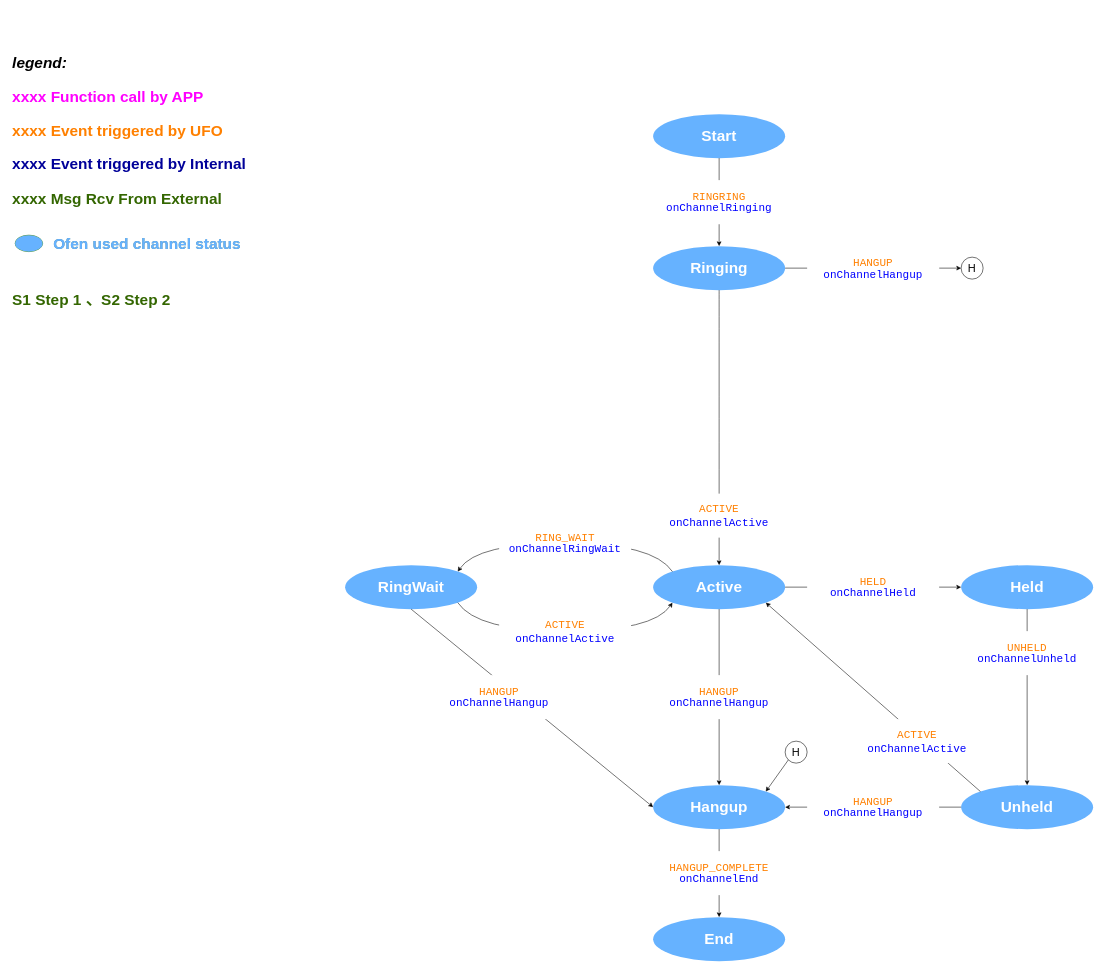
Earlier version of the draw.io diagram RCS APP/通道呼叫状态迁移图.drawio (uyuy2043/yy). Source tidied: cells renumbered, new cells numbered last; positions are measured from the earlier drawing's top-left corner, leaving out a move shared by most shapes. Both pictures are drawn from the tidied source at 55%, with x=0, y=0 at pixel (9, 15).
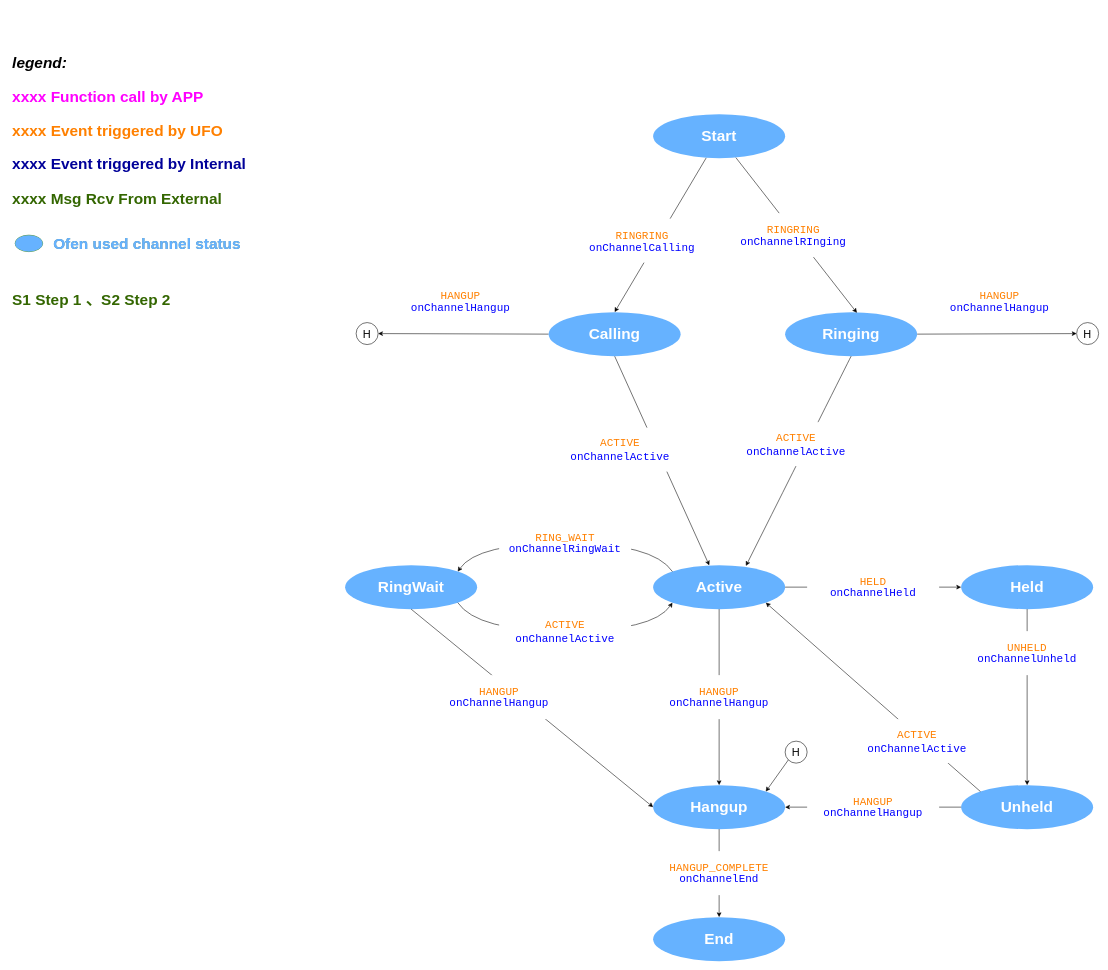
The same page after the edit.

Commit message (it also covers changes not shown here):
更新通道呼叫状态迁移图.drawio

Unchanged cells that the change refers to:
```xml
<mxCell id="5" value="&lt;font style=&quot;font-size: 28px&quot;&gt;Active&lt;/font&gt;" style="ellipse;whiteSpace=wrap;html=1;rounded=1;labelBackgroundColor=none;fontSize=20;fillColor=#66B2FF;gradientColor=none;fontColor=#FFFFFF;fontStyle=1;strokeColor=none;" parent="1" vertex="1">
  <mxGeometry x="1170" y="1000" width="240" height="80" as="geometry" />
</mxCell>
<mxCell id="9" value="&lt;font style=&quot;font-size: 28px&quot;&gt;Start&lt;/font&gt;" style="ellipse;whiteSpace=wrap;html=1;rounded=1;labelBackgroundColor=none;fontSize=20;fillColor=#66B2FF;gradientColor=none;fontColor=#FFFFFF;fontStyle=1;strokeColor=none;" parent="1" vertex="1">
  <mxGeometry x="1170" y="180" width="240" height="80" as="geometry" />
</mxCell>
```

What changed in the source:
```diff
@@
+    <mxCell id="44" style="edgeStyle=none;rounded=0;jettySize=auto;html=1;fontColor=#66B2FF;" parent="1" edge="1" source="2" target="50">
+      <mxGeometry relative="1" as="geometry" />
+    </mxCell>
     <mxCell id="2" value="&lt;font style=&quot;font-size: 28px&quot;&gt;Ringing&lt;/font&gt;" style="ellipse;whiteSpace=wrap;html=1;rounded=1;labelBackgroundColor=none;fontSize=20;fillColor=#66B2FF;gradientColor=none;fontColor=#FFFFFF;fontStyle=1;strokeColor=none;" parent="1" vertex="1">
-      <mxGeometry x="1170" y="420" width="240" height="80" as="geometry" />
+      <mxGeometry x="1410" y="540" width="240" height="80" as="geometry" />
     </mxCell>
-    <mxCell id="3" style="endArrow=classic;html=1;rounded=0;fontSize=28;exitX=0.5;exitY=1;exitDx=0;exitDy=0;entryX=0.5;entryY=0;entryDx=0;entryDy=0;" parent="1" edge="1" source="4" target="2">
-      <mxGeometry relative="1" as="geometry" />
-    </mxCell>
-    <mxCell id="4" value="&lt;div style=&quot;font-family: &amp;#34;consolas&amp;#34; , &amp;#34;courier new&amp;#34; , monospace ; line-height: 19px ; font-size: 20px&quot;&gt;&lt;font color=&quot;#ff8000&quot;&gt;RINGRING&lt;/font&gt;&lt;/div&gt;&lt;div style=&quot;font-family: &amp;#34;consolas&amp;#34; , &amp;#34;courier new&amp;#34; , monospace ; line-height: 19px ; font-size: 20px&quot;&gt;onChannelRinging&lt;/div&gt;" style="rounded=0;whiteSpace=wrap;html=1;labelBackgroundColor=none;fontSize=20;fontColor=#0000FF;fillColor=#FFFFFF;gradientColor=none;strokeColor=none;" parent="1" vertex="1">
-      <mxGeometry x="1170" y="300" width="240" height="80" as="geometry" />
-    </mxCell>
@@
+    <mxCell id="45" style="rounded=0;jettySize=auto;html=1;fontColor=#66B2FF;entryX=0.544;entryY=0.016;entryDx=0;entryDy=0;entryPerimeter=0;" parent="1" edge="1" source="9" target="2">
+      <mxGeometry relative="1" as="geometry" />
+    </mxCell>
+    <mxCell id="46" style="rounded=0;jettySize=auto;html=1;entryX=0.5;entryY=0;entryDx=0;entryDy=0;fontColor=#66B2FF;" parent="1" edge="1" source="9" target="49">
+      <mxGeometry relative="1" as="geometry" />
+    </mxCell>
@@
-    <mxCell id="17" value="&lt;font style=&quot;font-size: 20px;&quot;&gt;H&lt;/font&gt;" style="ellipse;whiteSpace=wrap;html=1;rounded=1;labelBackgroundColor=none;fontSize=20;fontColor=#000000;strokeColor=default;fillColor=#FFFFFF;gradientColor=none;" parent="1" vertex="1">
-      <mxGeometry x="1730" y="440" width="40" height="40" as="geometry" />
-    </mxCell>
-    <mxCell id="18" style="endArrow=classic;html=1;rounded=0;fontSize=20;fontColor=#000000;exitX=1;exitY=0.5;exitDx=0;exitDy=0;entryX=0;entryY=0.5;entryDx=0;entryDy=0;startArrow=none;" parent="1" edge="1" source="24" target="17">
-      <mxGeometry relative="1" as="geometry" />
-    </mxCell>
@@
     <mxCell id="24" value="&lt;span style=&quot;font-family: &amp;#34;consolas&amp;#34; , &amp;#34;courier new&amp;#34; , monospace&quot;&gt;HANGUP&lt;/span&gt;&lt;span style=&quot;font-family: &amp;#34;consolas&amp;#34; , &amp;#34;courier new&amp;#34; , monospace&quot;&gt;&lt;br&gt;&lt;/span&gt;&lt;div style=&quot;font-family: &amp;#34;consolas&amp;#34; , &amp;#34;courier new&amp;#34; , monospace ; line-height: 19px ; font-size: 20px&quot;&gt;&lt;font style=&quot;font-size: 20px&quot; color=&quot;#0000ff&quot;&gt;onChannelHangup&lt;/font&gt;&lt;/div&gt;" style="rounded=0;whiteSpace=wrap;html=1;labelBackgroundColor=none;fontSize=20;fontColor=#FF8000;fillColor=#FFFFFF;gradientColor=none;strokeColor=none;" parent="1" vertex="1">
-      <mxGeometry x="1450" y="420" width="240" height="80" as="geometry" />
+      <mxGeometry x="1680" y="480" width="240" height="80" as="geometry" />
     </mxCell>
-    <mxCell id="25" style="endArrow=none;html=1;rounded=0;fontSize=20;fontColor=#000000;exitX=1;exitY=0.5;exitDx=0;exitDy=0;entryX=0;entryY=0.5;entryDx=0;entryDy=0;" parent="1" edge="1" source="2" target="24">
-      <mxGeometry relative="1" as="geometry" />
-    </mxCell>
-    <mxCell id="26" style="endArrow=none;html=1;rounded=0;fontSize=20;fontColor=#0000FF;exitX=0.5;exitY=1;exitDx=0;exitDy=0;entryX=0.5;entryY=0;entryDx=0;entryDy=0;" parent="1" edge="1" source="9" target="4">
-      <mxGeometry relative="1" as="geometry" />
-    </mxCell>
@@
-    <mxCell id="37" style="edgeStyle=none;curved=1;rounded=0;jettySize=auto;html=1;endArrow=classic;startSize=6;endSize=6;sourcePerimeterSpacing=8;targetPerimeterSpacing=8;endFill=1;exitX=0.5;exitY=1;exitDx=0;exitDy=0;entryX=0.5;entryY=0;entryDx=0;entryDy=0;" parent="1" edge="1" source="2" target="5">
+    <mxCell id="37" style="edgeStyle=none;curved=1;rounded=0;jettySize=auto;html=1;endArrow=classic;startSize=6;endSize=6;sourcePerimeterSpacing=8;targetPerimeterSpacing=8;endFill=1;exitX=0.5;exitY=1;exitDx=0;exitDy=0;entryX=0.703;entryY=0.018;entryDx=0;entryDy=0;entryPerimeter=0;" parent="1" edge="1" source="2" target="5">
       <mxGeometry relative="1" as="geometry" />
     </mxCell>
-    <mxCell id="38" value="&lt;span style=&quot;font-family: &amp;#34;consolas&amp;#34; , &amp;#34;courier new&amp;#34; , monospace&quot;&gt;ACTIVE&lt;/span&gt;&lt;span style=&quot;font-family: &amp;#34;consolas&amp;#34; , &amp;#34;courier new&amp;#34; , monospace&quot;&gt;&lt;br&gt;&lt;/span&gt;&lt;span style=&quot;color: rgb(0 , 0 , 255) ; font-family: &amp;#34;consolas&amp;#34; , &amp;#34;courier new&amp;#34; , monospace&quot;&gt;onChannel&lt;/span&gt;&lt;span style=&quot;color: rgb(0 , 0 , 255) ; font-family: &amp;#34;consolas&amp;#34; , &amp;#34;courier new&amp;#34; , monospace&quot;&gt;Active&lt;/span&gt;&lt;span style=&quot;color: rgb(0 , 0 , 255) ; font-family: &amp;#34;consolas&amp;#34; , &amp;#34;courier new&amp;#34; , monospace&quot;&gt;&lt;br&gt;&lt;/span&gt;" style="rounded=0;whiteSpace=wrap;html=1;labelBackgroundColor=none;fontSize=20;fontColor=#FF8000;fillColor=#FFFFFF;gradientColor=none;strokeColor=none;" parent="1" vertex="1">
-      <mxGeometry x="1170" y="870" width="240" height="80" as="geometry" />
-    </mxCell>
@@
+    <mxCell id="47" style="rounded=0;jettySize=auto;html=1;fontColor=#66B2FF;exitX=0.5;exitY=1;exitDx=0;exitDy=0;" parent="1" edge="1" source="49" target="5">
+      <mxGeometry relative="1" as="geometry" />
+    </mxCell>
+    <mxCell id="48" style="edgeStyle=none;rounded=0;jettySize=auto;html=1;fontColor=#66B2FF;" parent="1" edge="1" source="49" target="51">
+      <mxGeometry relative="1" as="geometry" />
+    </mxCell>
+    <mxCell id="49" value="&lt;font style=&quot;font-size: 28px&quot;&gt;Calling&lt;/font&gt;" style="ellipse;whiteSpace=wrap;html=1;rounded=1;labelBackgroundColor=none;fontSize=20;fillColor=#66B2FF;gradientColor=none;fontColor=#FFFFFF;fontStyle=1;strokeColor=none;" parent="1" vertex="1">
+      <mxGeometry x="980" y="540" width="240" height="80" as="geometry" />
+    </mxCell>
+    <mxCell id="50" value="&lt;font style=&quot;font-size: 20px;&quot;&gt;H&lt;/font&gt;" style="ellipse;whiteSpace=wrap;html=1;rounded=1;labelBackgroundColor=none;fontSize=20;fontColor=#000000;strokeColor=default;fillColor=#FFFFFF;gradientColor=none;" parent="1" vertex="1">
+      <mxGeometry x="1940" y="559" width="40" height="40" as="geometry" />
+    </mxCell>
+    <mxCell id="51" value="&lt;font style=&quot;font-size: 20px;&quot;&gt;H&lt;/font&gt;" style="ellipse;whiteSpace=wrap;html=1;rounded=1;labelBackgroundColor=none;fontSize=20;fontColor=#000000;strokeColor=default;fillColor=#FFFFFF;gradientColor=none;" parent="1" vertex="1">
+      <mxGeometry x="630" y="559" width="40" height="40" as="geometry" />
+    </mxCell>
+    <mxCell id="52" value="&lt;span style=&quot;font-family: &amp;#34;consolas&amp;#34; , &amp;#34;courier new&amp;#34; , monospace&quot;&gt;HANGUP&lt;/span&gt;&lt;span style=&quot;font-family: &amp;#34;consolas&amp;#34; , &amp;#34;courier new&amp;#34; , monospace&quot;&gt;&lt;br&gt;&lt;/span&gt;&lt;div style=&quot;font-family: &amp;#34;consolas&amp;#34; , &amp;#34;courier new&amp;#34; , monospace ; line-height: 19px ; font-size: 20px&quot;&gt;&lt;font style=&quot;font-size: 20px&quot; color=&quot;#0000ff&quot;&gt;onChannelHangup&lt;/font&gt;&lt;/div&gt;" style="rounded=0;whiteSpace=wrap;html=1;labelBackgroundColor=none;fontSize=20;fontColor=#FF8000;fillColor=#FFFFFF;gradientColor=none;strokeColor=none;" parent="1" vertex="1">
+      <mxGeometry x="700" y="480" width="240" height="80" as="geometry" />
+    </mxCell>
+    <mxCell id="53" value="&lt;span style=&quot;font-family: &amp;#34;consolas&amp;#34; , &amp;#34;courier new&amp;#34; , monospace&quot;&gt;RINGRING&lt;br&gt;&lt;/span&gt;&lt;div style=&quot;font-family: &amp;#34;consolas&amp;#34; , &amp;#34;courier new&amp;#34; , monospace ; line-height: 19px ; font-size: 20px&quot;&gt;&lt;font style=&quot;font-size: 20px&quot; color=&quot;#0000ff&quot;&gt;onChannelCalling&lt;/font&gt;&lt;/div&gt;" style="rounded=0;whiteSpace=wrap;html=1;labelBackgroundColor=none;fontSize=20;fontColor=#FF8000;fillColor=#FFFFFF;gradientColor=none;strokeColor=none;" parent="1" vertex="1">
+      <mxGeometry x="1030" y="370" width="240" height="80" as="geometry" />
+    </mxCell>
+    <mxCell id="54" value="&lt;span style=&quot;font-family: &amp;#34;consolas&amp;#34; , &amp;#34;courier new&amp;#34; , monospace&quot;&gt;RINGRING&lt;/span&gt;&lt;span style=&quot;font-family: &amp;#34;consolas&amp;#34; , &amp;#34;courier new&amp;#34; , monospace&quot;&gt;&lt;br&gt;&lt;/span&gt;&lt;div style=&quot;font-family: &amp;#34;consolas&amp;#34; , &amp;#34;courier new&amp;#34; , monospace ; line-height: 19px ; font-size: 20px&quot;&gt;&lt;font style=&quot;font-size: 20px&quot; color=&quot;#0000ff&quot;&gt;onChannelRInging&lt;/font&gt;&lt;/div&gt;" style="rounded=0;whiteSpace=wrap;html=1;labelBackgroundColor=none;fontSize=20;fontColor=#FF8000;fillColor=#FFFFFF;gradientColor=none;strokeColor=none;" parent="1" vertex="1">
+      <mxGeometry x="1305" y="360" width="240" height="80" as="geometry" />
+    </mxCell>
+    <mxCell id="55" value="&lt;span style=&quot;font-family: &amp;#34;consolas&amp;#34; , &amp;#34;courier new&amp;#34; , monospace&quot;&gt;ACTIVE&lt;/span&gt;&lt;span style=&quot;font-family: &amp;#34;consolas&amp;#34; , &amp;#34;courier new&amp;#34; , monospace&quot;&gt;&lt;br&gt;&lt;/span&gt;&lt;span style=&quot;color: rgb(0 , 0 , 255) ; font-family: &amp;#34;consolas&amp;#34; , &amp;#34;courier new&amp;#34; , monospace&quot;&gt;onChannel&lt;/span&gt;&lt;span style=&quot;color: rgb(0 , 0 , 255) ; font-family: &amp;#34;consolas&amp;#34; , &amp;#34;courier new&amp;#34; , monospace&quot;&gt;Active&lt;/span&gt;&lt;span style=&quot;color: rgb(0 , 0 , 255) ; font-family: &amp;#34;consolas&amp;#34; , &amp;#34;courier new&amp;#34; , monospace&quot;&gt;&lt;br&gt;&lt;/span&gt;" style="rounded=0;whiteSpace=wrap;html=1;labelBackgroundColor=none;fontSize=20;fontColor=#FF8000;fillColor=#FFFFFF;gradientColor=none;strokeColor=none;" parent="1" vertex="1">
+      <mxGeometry x="990" y="750" width="240" height="80" as="geometry" />
+    </mxCell>
+    <mxCell id="56" value="&lt;span style=&quot;font-family: &amp;#34;consolas&amp;#34; , &amp;#34;courier new&amp;#34; , monospace&quot;&gt;ACTIVE&lt;/span&gt;&lt;span style=&quot;font-family: &amp;#34;consolas&amp;#34; , &amp;#34;courier new&amp;#34; , monospace&quot;&gt;&lt;br&gt;&lt;/span&gt;&lt;span style=&quot;color: rgb(0 , 0 , 255) ; font-family: &amp;#34;consolas&amp;#34; , &amp;#34;courier new&amp;#34; , monospace&quot;&gt;onChannel&lt;/span&gt;&lt;span style=&quot;color: rgb(0 , 0 , 255) ; font-family: &amp;#34;consolas&amp;#34; , &amp;#34;courier new&amp;#34; , monospace&quot;&gt;Active&lt;/span&gt;&lt;span style=&quot;color: rgb(0 , 0 , 255) ; font-family: &amp;#34;consolas&amp;#34; , &amp;#34;courier new&amp;#34; , monospace&quot;&gt;&lt;br&gt;&lt;/span&gt;" style="rounded=0;whiteSpace=wrap;html=1;labelBackgroundColor=none;fontSize=20;fontColor=#FF8000;fillColor=#FFFFFF;gradientColor=none;strokeColor=none;" parent="1" vertex="1">
+      <mxGeometry x="1310" y="740" width="240" height="80" as="geometry" />
+    </mxCell>
```
